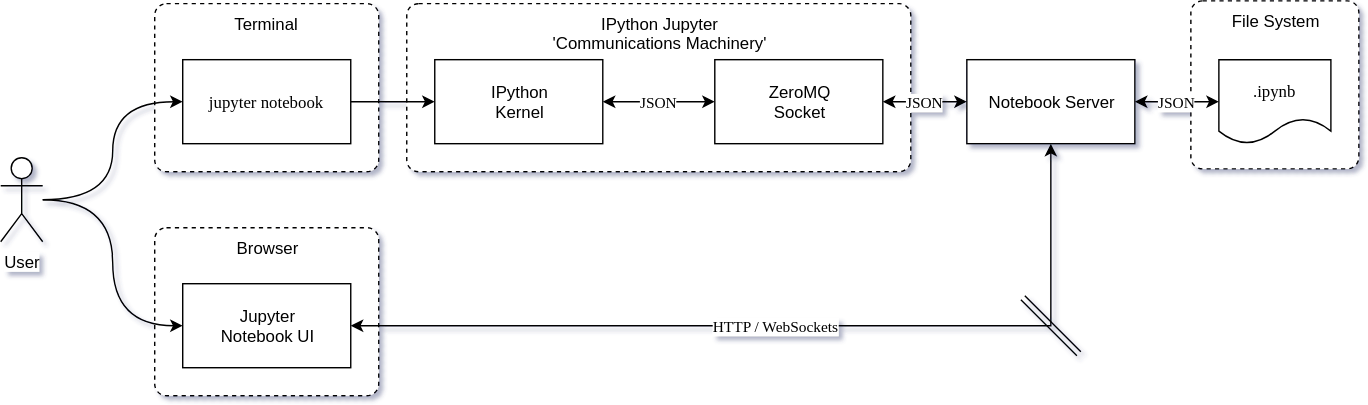
The draw.io diagram jupyter_notebook_architecture.svg in panningforbacon/panningforbacon.github.io, before a commit. Source tidied: cells renumbered, new cells last; positions are measured from the earlier drawing's top-left corner, leaving out a move shared by most shapes.
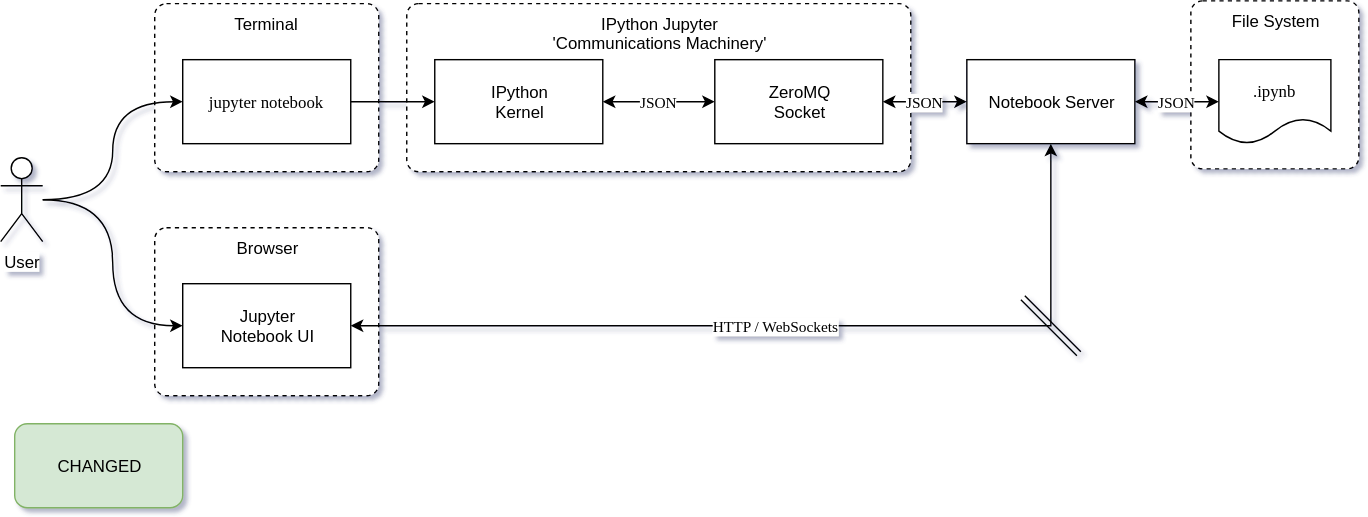
After the change.

Change to the diagram source:
```diff
@@ -62,5 +62,8 @@
     <mxCell id="20" style="edgeStyle=orthogonalEdgeStyle;rounded=0;jettySize=auto;html=1;fontFamily=Lucida Console;startArrow=none;startFill=0;endArrow=classic;endFill=1;entryX=0;entryY=0.5;entryDx=0;entryDy=0;curved=1;" parent="1" edge="1" source="4" target="12">
       <mxGeometry relative="1" as="geometry" />
     </mxCell>
+    <mxCell id="21" value="CHANGED" style="rounded=1;whiteSpace=wrap;html=1;fillColor=#d5e8d4;strokeColor=#82b366;" parent="1" vertex="1">
+      <mxGeometry x="10" y="302" width="120" height="60" as="geometry" />
+    </mxCell>
   </root>
 </mxGraphModel>
```
